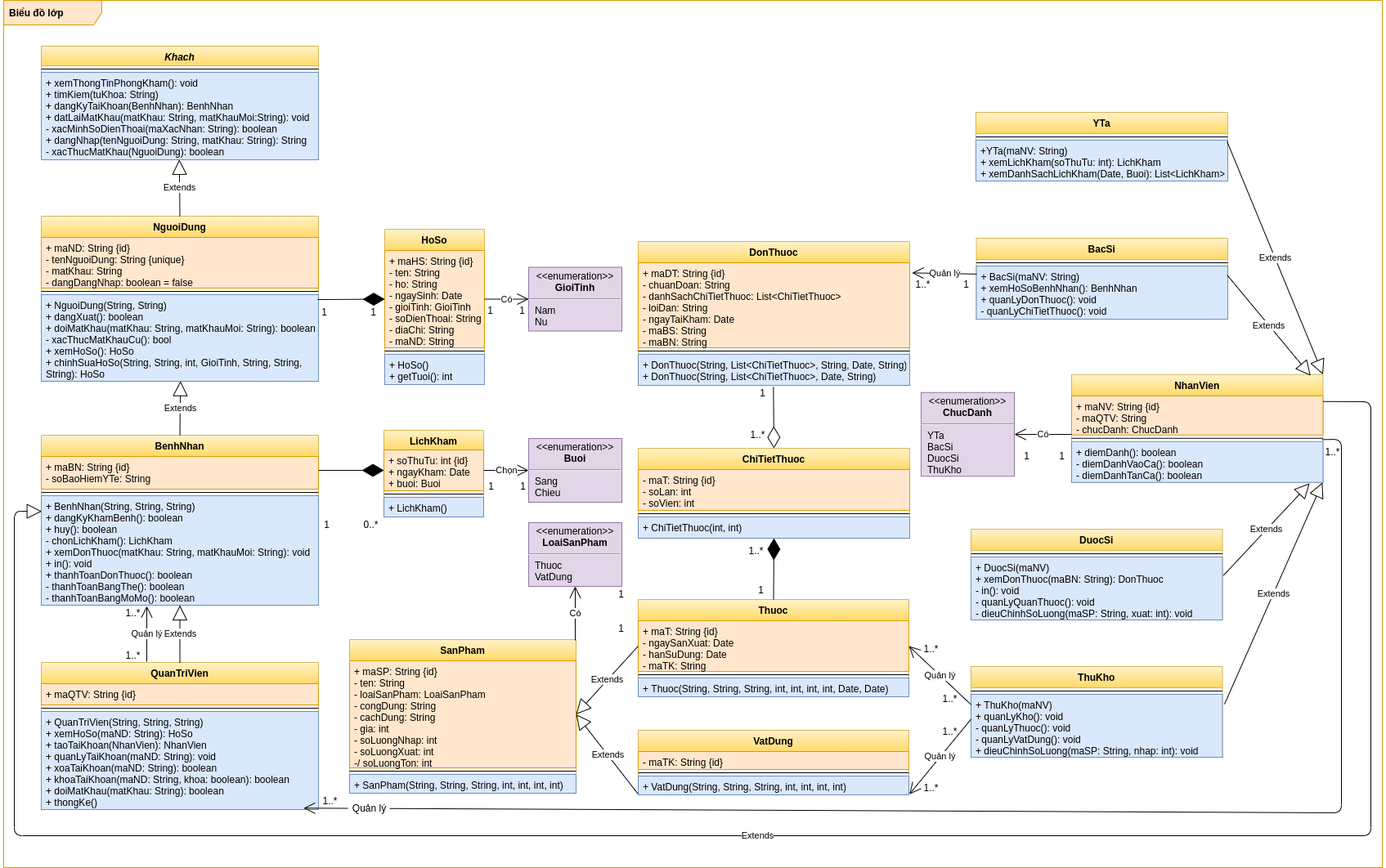
luclegen/medicine16 keeps this draw.io diagram as images/Class Diagram.png. Above is the earlier version. Source tidied: cells renumbered, new cells last; positions are measured from the earlier drawing's top-left corner, leaving out a move shared by most shapes.
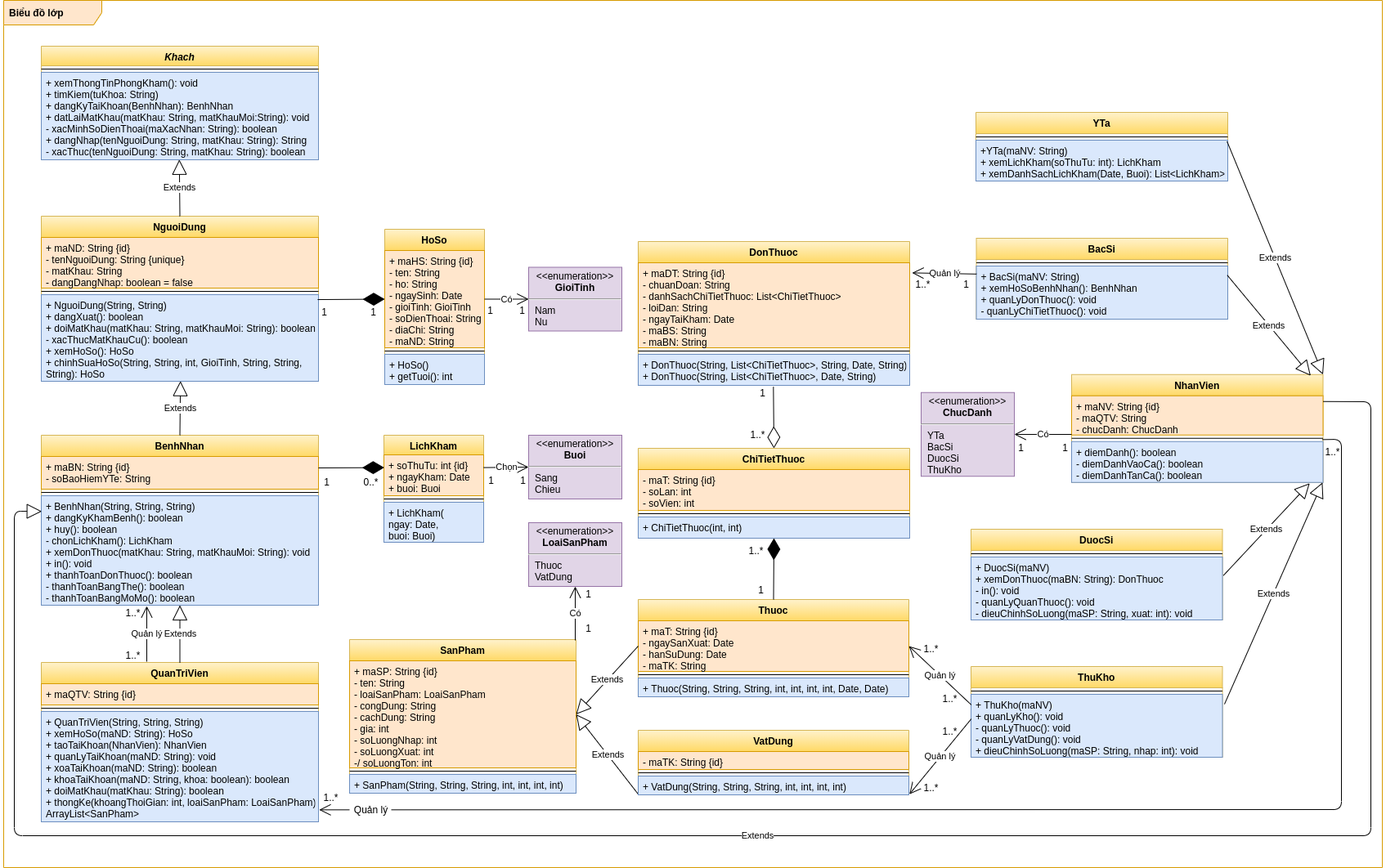
The same file after the commit.

Commit message:
Update Class Diagram

What changed in the source:
```diff
@@ -11,7 +11,7 @@
     <mxCell id="4" style="line;strokeWidth=1;fillColor=none;align=left;verticalAlign=middle;spacingTop=-1;spacingLeft=3;spacingRight=3;labelPosition=right;" parent="3" vertex="1">
       <mxGeometry y="24" width="339" height="8" as="geometry" />
     </mxCell>
-    <mxCell id="5" value="+ xemThongTinPhongKham(): void&#10;+ timKiem(tuKhoa: String)&#10;+ dangKyTaiKhoan(BenhNhan): BenhNhan&#10;+ datLaiMatKhau(matKhau: String, matKhauMoi:String): void&#10;- xacMinhSoDienThoai(maXacNhan: String): boolean&#10;+ dangNhap(tenNguoiDung: String, matKhau: String): String&#10;- xacThucMatKhau(NguoiDung): boolean" style="text;strokeColor=#6c8ebf;fillColor=#dae8fc;align=left;verticalAlign=top;spacingLeft=4;spacingRight=4;overflow=hidden;points=[[0,0.5],[1,0.5]];portConstraint=eastwest;fontStyle=0;" parent="3" vertex="1">
+    <mxCell id="5" value="+ xemThongTinPhongKham(): void&#10;+ timKiem(tuKhoa: String)&#10;+ dangKyTaiKhoan(BenhNhan): BenhNhan&#10;+ datLaiMatKhau(matKhau: String, matKhauMoi:String): void&#10;- xacMinhSoDienThoai(maXacNhan: String): boolean&#10;+ dangNhap(tenNguoiDung: String, matKhau: String): String&#10;- xacThuc(tenNguoiDung: String, matKhau: String): boolean" style="text;strokeColor=#6c8ebf;fillColor=#dae8fc;align=left;verticalAlign=top;spacingLeft=4;spacingRight=4;overflow=hidden;points=[[0,0.5],[1,0.5]];portConstraint=eastwest;fontStyle=0;" parent="3" vertex="1">
       <mxGeometry y="32" width="339" height="107" as="geometry" />
     </mxCell>
     <mxCell id="6" value="NguoiDung" style="swimlane;fontStyle=1;align=center;verticalAlign=top;horizontal=1;startSize=26;fillColor=#fff2cc;strokeColor=#d6b656;gradientColor=#ffd966;" parent="1" vertex="1">
@@ -23,7 +23,7 @@
     <mxCell id="8" style="line;strokeWidth=1;fillColor=none;align=left;verticalAlign=middle;spacingTop=-1;spacingLeft=3;spacingRight=3;labelPosition=right;" parent="6" vertex="1">
       <mxGeometry y="88" width="339" height="8" as="geometry" />
     </mxCell>
-    <mxCell id="9" value="+ NguoiDung(String, String)&#10;+ dangXuat(): boolean&#10;+ doiMatKhau(matKhau: String, matKhauMoi: String): boolean&#10;- xacThucMatKhauCu(): bool&#10;+ xemHoSo(): HoSo&#10;+ chinhSuaHoSo(String, String, int, GioiTinh, String, String,&#10;String): HoSo" style="text;strokeColor=#6c8ebf;fillColor=#dae8fc;align=left;verticalAlign=top;spacingLeft=4;spacingRight=4;overflow=hidden;points=[[0,0.5],[1,0.5]];portConstraint=eastwest;" parent="6" vertex="1">
+    <mxCell id="9" value="+ NguoiDung(String, String)&#10;+ dangXuat(): boolean&#10;+ doiMatKhau(matKhau: String, matKhauMoi: String): boolean&#10;- xacThucMatKhauCu(): boolean&#10;+ xemHoSo(): HoSo&#10;+ chinhSuaHoSo(String, String, int, GioiTinh, String, String,&#10;String): HoSo" style="text;strokeColor=#6c8ebf;fillColor=#dae8fc;align=left;verticalAlign=top;spacingLeft=4;spacingRight=4;overflow=hidden;points=[[0,0.5],[1,0.5]];portConstraint=eastwest;" parent="6" vertex="1">
       <mxGeometry y="96" width="339" height="106" as="geometry" />
     </mxCell>
     <mxCell id="10" value="HoSo" style="swimlane;fontStyle=1;align=center;verticalAlign=top;horizontal=1;startSize=26;fillColor=#fff2cc;strokeColor=#d6b656;gradientColor=#ffd966;" parent="1" vertex="1">
@@ -66,7 +66,7 @@
       <mxGeometry relative="1" as="geometry" />
     </mxCell>
     <mxCell id="23" value="LichKham" style="swimlane;fontStyle=1;align=center;verticalAlign=top;horizontal=1;startSize=24;fillColor=#fff2cc;strokeColor=#d6b656;gradientColor=#ffd966;" parent="1" vertex="1">
-      <mxGeometry x="465" y="526" width="122" height="106" as="geometry" />
+      <mxGeometry x="465" y="532" width="122" height="131" as="geometry" />
     </mxCell>
     <mxCell id="24" value="+ soThuTu: int {id}&#10;+ ngayKham: Date&#10;+ buoi: Buoi" style="text;strokeColor=#d79b00;fillColor=#ffe6cc;align=left;verticalAlign=top;spacingLeft=4;spacingRight=4;overflow=hidden;points=[[0,0.5],[1,0.5]];portConstraint=eastwest;" parent="23" vertex="1">
       <mxGeometry y="24" width="122" height="50" as="geometry" />
@@ -74,22 +74,22 @@
     <mxCell id="25" style="line;strokeWidth=1;fillColor=none;align=left;verticalAlign=middle;spacingTop=-1;spacingLeft=3;spacingRight=3;labelPosition=right;" parent="23" vertex="1">
       <mxGeometry y="74" width="122" height="8" as="geometry" />
     </mxCell>
-    <mxCell id="26" value="+ LichKham()" style="text;strokeColor=#6c8ebf;fillColor=#dae8fc;align=left;verticalAlign=top;spacingLeft=4;spacingRight=4;overflow=hidden;fontStyle=0;" parent="23" vertex="1">
-      <mxGeometry y="82" width="122" height="24" as="geometry" />
+    <mxCell id="26" value="+ LichKham(&#10;ngay: Date,&#10;buoi: Buoi)" style="text;strokeColor=#6c8ebf;fillColor=#dae8fc;align=left;verticalAlign=top;spacingLeft=4;spacingRight=4;overflow=hidden;fontStyle=0;" parent="23" vertex="1">
+      <mxGeometry y="82" width="122" height="49" as="geometry" />
     </mxCell>
-    <mxCell id="27" style="endArrow=diamondThin;endFill=1;endSize=24;html=1;entryX=0;entryY=0.5;entryDx=0;entryDy=0;" parent="1" edge="1" target="24">
+    <mxCell id="27" style="endArrow=diamondThin;endFill=1;endSize=24;html=1;entryX=0.003;entryY=0.312;entryDx=0;entryDy=0;entryPerimeter=0;" parent="1" edge="1" target="24">
       <mxGeometry relative="1" as="geometry">
-        <mxPoint x="385" y="575" as="sourcePoint" />
+        <mxPoint x="385" y="572" as="sourcePoint" />
       </mxGeometry>
     </mxCell>
     <mxCell id="28" value="&lt;p style=&quot;margin: 0px ; margin-top: 4px ; text-align: center&quot;&gt;&amp;lt;&amp;lt;enumeration&amp;gt;&amp;gt;&lt;br&gt;&lt;b&gt;Buoi&lt;/b&gt;&lt;/p&gt;&lt;hr&gt;&lt;p style=&quot;margin: 0px ; margin-left: 8px ; text-align: left&quot;&gt;Sang&lt;br&gt;Chieu&lt;/p&gt;" style="shape=rect;html=1;overflow=fill;whiteSpace=wrap;fillColor=#e1d5e7;strokeColor=#9673a6;" parent="1" vertex="1">
-      <mxGeometry x="642" y="536" width="114" height="78" as="geometry" />
+      <mxGeometry x="642" y="532" width="114" height="78" as="geometry" />
     </mxCell>
-    <mxCell id="29" value="Chọn" style="endArrow=open;endFill=1;endSize=12;html=1;exitX=1;exitY=0.5;exitDx=0;exitDy=0;entryX=0;entryY=0.5;entryDx=0;entryDy=0;" parent="1" edge="1" source="24" target="28">
+    <mxCell id="29" value="Chọn" style="endArrow=open;endFill=1;endSize=12;html=1;entryX=0;entryY=0.5;entryDx=0;entryDy=0;exitX=0.999;exitY=0.312;exitDx=0;exitDy=0;exitPerimeter=0;" parent="1" edge="1" source="24" target="28">
       <mxGeometry relative="1" as="geometry" />
     </mxCell>
     <mxCell id="30" value="QuanTriVien" style="swimlane;fontStyle=1;align=center;verticalAlign=top;horizontal=1;startSize=26;fillColor=#fff2cc;strokeColor=#d6b656;gradientColor=#ffd966;" parent="1" vertex="1">
-      <mxGeometry x="46" y="810" width="339" height="180" as="geometry" />
+      <mxGeometry x="46" y="810" width="339" height="195" as="geometry" />
     </mxCell>
     <mxCell id="31" value="+ maQTV: String {id}" style="text;strokeColor=#d79b00;fillColor=#ffe6cc;align=left;verticalAlign=top;spacingLeft=4;spacingRight=4;overflow=hidden;" parent="30" vertex="1">
       <mxGeometry y="26" width="339" height="26" as="geometry" />
@@ -97,8 +97,8 @@
     <mxCell id="32" style="line;strokeWidth=1;fillColor=none;align=left;verticalAlign=middle;spacingTop=-1;spacingLeft=3;spacingRight=3;labelPosition=right;" parent="30" vertex="1">
       <mxGeometry y="52" width="339" height="8" as="geometry" />
     </mxCell>
-    <mxCell id="33" value="+ QuanTriVien(String, String, String)&#10;+ xemHoSo(maND: String): HoSo&#10;+ taoTaiKhoan(NhanVien): NhanVien&#10;+ quanLyTaiKhoan(maND: String): void&#10;+ xoaTaiKhoan(maND: String): boolean&#10;+ khoaTaiKhoan(maND: String, khoa: boolean): boolean&#10;+ doiMatKhau(matKhau: String): boolean&#10;+ thongKe()" style="text;strokeColor=#6c8ebf;fillColor=#dae8fc;align=left;verticalAlign=top;spacingLeft=4;spacingRight=4;overflow=hidden;fontStyle=0;" parent="30" vertex="1">
-      <mxGeometry y="60" width="339" height="120" as="geometry" />
+    <mxCell id="33" value="+ QuanTriVien(String, String, String)&#10;+ xemHoSo(maND: String): HoSo&#10;+ taoTaiKhoan(NhanVien): NhanVien&#10;+ quanLyTaiKhoan(maND: String): void&#10;+ xoaTaiKhoan(maND: String): boolean&#10;+ khoaTaiKhoan(maND: String, khoa: boolean): boolean&#10;+ doiMatKhau(matKhau: String): boolean&#10;+ thongKe(khoangThoiGian: int, loaiSanPham: LoaiSanPham):&#10;ArrayList&lt;SanPham&gt;" style="text;strokeColor=#6c8ebf;fillColor=#dae8fc;align=left;verticalAlign=top;spacingLeft=4;spacingRight=4;overflow=hidden;fontStyle=0;" parent="30" vertex="1">
+      <mxGeometry y="60" width="339" height="135" as="geometry" />
     </mxCell>
     <mxCell id="34" value="Extends" style="endArrow=block;endSize=16;endFill=0;html=1;exitX=0.5;exitY=0;exitDx=0;exitDy=0;entryX=0.5;entryY=1;entryDx=0;entryDy=0;entryPerimeter=0;" parent="1" edge="1" source="30" target="18">
       <mxGeometry relative="1" as="geometry" />
@@ -169,15 +169,6 @@
     <mxCell id="56" value="+ diemDanh(): boolean&#10;- diemDanhVaoCa(): boolean&#10;- diemDanhTanCa(): boolean" style="text;strokeColor=#6c8ebf;fillColor=#dae8fc;align=left;verticalAlign=top;spacingLeft=4;spacingRight=4;overflow=hidden;points=[[0,0.5],[1,0.5]];portConstraint=eastwest;fontStyle=0;" parent="53" vertex="1">
       <mxGeometry y="82" width="307.5" height="50" as="geometry" />
     </mxCell>
-    <mxCell id="57" style="endArrow=open;endFill=1;endSize=12;html=1;exitX=0.998;exitY=-0.048;exitDx=0;exitDy=0;exitPerimeter=0;entryX=0.998;entryY=-0.048;entryDx=0;entryDy=0;entryPerimeter=0;" parent="53" edge="1" source="56">
-      <mxGeometry relative="1" as="geometry">
-        <mxPoint x="-939.1" y="530.5" as="targetPoint" />
-        <Array as="points">
-          <mxPoint x="330" y="79.2" />
-          <mxPoint x="330" y="536.2" />
-        </Array>
-      </mxGeometry>
-    </mxCell>
     <mxCell id="58" value="Extends" style="endArrow=block;endSize=16;endFill=0;html=1;entryX=1;entryY=0;entryDx=0;entryDy=0;exitX=0.997;exitY=0.029;exitDx=0;exitDy=0;exitPerimeter=0;" parent="1" edge="1" source="37" target="53">
       <mxGeometry relative="1" as="geometry" />
     </mxCell>
@@ -252,9 +243,6 @@
         <mxPoint x="699" y="783" as="sourcePoint" />
       </mxGeometry>
     </mxCell>
-    <mxCell id="79" value="0..*" style="text;html=1;align=center;verticalAlign=middle;strokeColor=none;" parent="1" vertex="1">
-      <mxGeometry x="435" y="632" width="28" height="18" as="geometry" />
-    </mxCell>
     <mxCell id="80" value="1..*" style="text;html=1;align=center;verticalAlign=middle;strokeColor=none;" parent="1" vertex="1">
       <mxGeometry x="144" y="740" width="28" height="18" as="geometry" />
     </mxCell>
@@ -267,9 +255,6 @@
         <mxPoint x="175" y="741" as="targetPoint" />
       </mxGeometry>
     </mxCell>
-    <mxCell id="83" value="Quản lý" style="text;html=1;align=center;verticalAlign=middle;strokeColor=none;fillColor=#ffffff;" parent="1" vertex="1">
-      <mxGeometry x="421" y="979" width="51" height="18" as="geometry" />
-    </mxCell>
     <mxCell id="84" value="Quản lý" style="endArrow=open;endFill=1;endSize=12;html=1;exitX=0.001;exitY=0.151;exitDx=0;exitDy=0;exitPerimeter=0;entryX=1.009;entryY=0.119;entryDx=0;entryDy=0;entryPerimeter=0;" parent="1" edge="1" source="52" target="39">
       <mxGeometry relative="1" as="geometry" />
     </mxCell>
@@ -285,24 +270,9 @@
     <mxCell id="88" value="+ VatDung(String, String, String, int, int, int, int)" style="text;strokeColor=#6c8ebf;fillColor=#dae8fc;align=left;verticalAlign=top;spacingLeft=4;spacingRight=4;overflow=hidden;points=[[0,0.5],[1,0.5]];portConstraint=eastwest;" parent="85" vertex="1">
       <mxGeometry y="56" width="331" height="23" as="geometry" />
     </mxCell>
-    <mxCell id="89" value="1" style="text;html=1;align=center;verticalAlign=middle;strokeColor=none;" parent="1" vertex="1">
-      <mxGeometry x="387" y="632" width="16" height="18" as="geometry" />
-    </mxCell>
     <mxCell id="90" value="1..*" style="text;html=1;align=center;verticalAlign=middle;strokeColor=none;" parent="1" vertex="1">
       <mxGeometry x="1611" y="543" width="28" height="18" as="geometry" />
     </mxCell>
-    <mxCell id="91" value="1" style="text;html=1;align=center;verticalAlign=middle;strokeColor=none;" parent="1" vertex="1">
-      <mxGeometry x="747" y="758.5" width="16" height="18" as="geometry" />
-    </mxCell>
-    <mxCell id="92" value="1" style="text;html=1;align=center;verticalAlign=middle;strokeColor=none;" parent="1" vertex="1">
-      <mxGeometry x="747" y="717" width="16" height="18" as="geometry" />
-    </mxCell>
-    <mxCell id="93" value="1" style="text;html=1;align=center;verticalAlign=middle;strokeColor=none;" parent="1" vertex="1">
-      <mxGeometry x="1243" y="548" width="16" height="18" as="geometry" />
-    </mxCell>
-    <mxCell id="94" value="1" style="text;html=1;align=center;verticalAlign=middle;strokeColor=none;" parent="1" vertex="1">
-      <mxGeometry x="1286" y="548" width="16" height="18" as="geometry" />
-    </mxCell>
     <mxCell id="95" style="endArrow=diamondThin;endFill=1;endSize=24;html=1;jumpSize=0;exitX=0.5;exitY=0;exitDx=0;exitDy=0;entryX=0.5;entryY=1;entryDx=0;entryDy=0;" parent="1" edge="1" source="42" target="46">
       <mxGeometry relative="1" as="geometry" />
     </mxCell>
@@ -345,9 +315,6 @@
     <mxCell id="108" value="1" style="text;html=1;align=center;verticalAlign=middle;strokeColor=none;" parent="106" vertex="1">
       <mxGeometry x="39" width="16" height="18" as="geometry" />
     </mxCell>
-    <mxCell id="109" value="1..*" style="text;html=1;align=center;verticalAlign=middle;strokeColor=none;" parent="1" vertex="1">
-      <mxGeometry x="385" y="970" width="28" height="18" as="geometry" />
-    </mxCell>
     <mxCell id="110" style="group;" parent="1" vertex="1">
       <mxGeometry x="1110" y="338" width="74.5" height="18" as="geometry" />
     </mxCell>
@@ -358,7 +325,7 @@
       <mxGeometry width="28" height="18" as="geometry" />
     </mxCell>
     <mxCell id="113" style="group;" parent="1" vertex="1">
-      <mxGeometry x="588" y="585" width="55" height="18" as="geometry" />
+      <mxGeometry x="588" y="578" width="55" height="18" as="geometry" />
     </mxCell>
     <mxCell id="114" value="1" style="text;html=1;align=center;verticalAlign=middle;strokeColor=none;" parent="113" vertex="1">
       <mxGeometry width="16" height="18" as="geometry" />
@@ -384,5 +351,47 @@
     <mxCell id="121" value="1..*" style="text;html=1;align=center;verticalAlign=middle;strokeColor=none;direction=south;" parent="119" vertex="1">
       <mxGeometry width="18" height="28" as="geometry" />
     </mxCell>
+    <mxCell id="57" style="endArrow=open;endFill=1;endSize=12;html=1;exitX=0.998;exitY=-0.048;exitDx=0;exitDy=0;exitPerimeter=0;entryX=0.032;entryY=1.13;entryDx=0;entryDy=0;entryPerimeter=0;" parent="1" edge="1" source="56">
+      <mxGeometry relative="1" as="geometry">
+        <mxPoint x="385.9" y="990.3" as="targetPoint" />
+        <Array as="points">
+          <mxPoint x="1636" y="537" />
+          <mxPoint x="1636" y="990" />
+        </Array>
+      </mxGeometry>
+    </mxCell>
+    <mxCell id="83" value="Quản lý" style="text;html=1;align=center;verticalAlign=middle;strokeColor=none;fillColor=#ffffff;" parent="1" vertex="1">
+      <mxGeometry x="423" y="981" width="51" height="18" as="geometry" />
+    </mxCell>
+    <mxCell id="109" value="1..*" style="text;html=1;align=center;verticalAlign=middle;strokeColor=none;" parent="1" vertex="1">
+      <mxGeometry x="386" y="966" width="28" height="18" as="geometry" />
+    </mxCell>
+    <mxCell id="122" style="group;" parent="1" vertex="1">
+      <mxGeometry x="387" y="580" width="76" height="18" as="geometry" />
+    </mxCell>
+    <mxCell id="79" value="0..*" style="text;html=1;align=center;verticalAlign=middle;strokeColor=none;" parent="122" vertex="1">
+      <mxGeometry x="48" width="28" height="18" as="geometry" />
+    </mxCell>
+    <mxCell id="89" value="1" style="text;html=1;align=center;verticalAlign=middle;strokeColor=none;" parent="122" vertex="1">
+      <mxGeometry width="16" height="18" as="geometry" />
+    </mxCell>
+    <mxCell id="123" style="group;" parent="1" vertex="1">
+      <mxGeometry x="707" y="717" width="16" height="59.5" as="geometry" />
+    </mxCell>
+    <mxCell id="91" value="1" style="text;html=1;align=center;verticalAlign=middle;strokeColor=none;" parent="123" vertex="1">
+      <mxGeometry y="41.5" width="16" height="18" as="geometry" />
+    </mxCell>
+    <mxCell id="92" value="1" style="text;html=1;align=center;verticalAlign=middle;strokeColor=none;" parent="123" vertex="1">
+      <mxGeometry width="16" height="18" as="geometry" />
+    </mxCell>
+    <mxCell id="124" style="group;" parent="1" vertex="1">
+      <mxGeometry x="1236" y="538" width="70" height="18" as="geometry" />
+    </mxCell>
+    <mxCell id="93" value="1" style="text;html=1;align=center;verticalAlign=middle;strokeColor=none;" parent="124" vertex="1">
+      <mxGeometry width="16" height="18" as="geometry" />
+    </mxCell>
+    <mxCell id="94" value="1" style="text;html=1;align=center;verticalAlign=middle;strokeColor=none;" parent="124" vertex="1">
+      <mxGeometry x="54" width="16" height="18" as="geometry" />
+    </mxCell>
   </root>
 </mxGraphModel>
```
